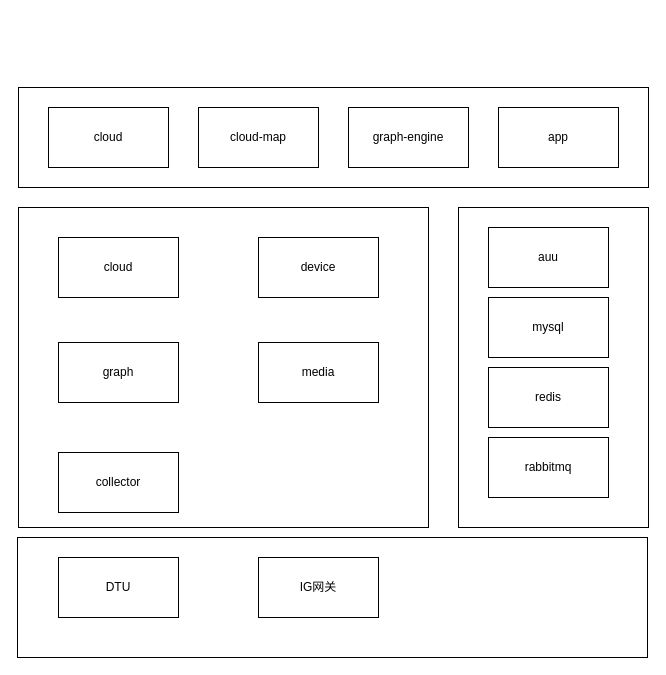
Above: Untitled Diagram.drawio in huhailong147/Test (draw.io), before the change. Source tidied: cells renumbered, new cells numbered last; positions are measured from the earlier drawing's top-left corner, leaving out a move shared by most shapes. Both pictures are drawn from the tidied source at 100%, with x=0, y=0 at pixel (17, 87).
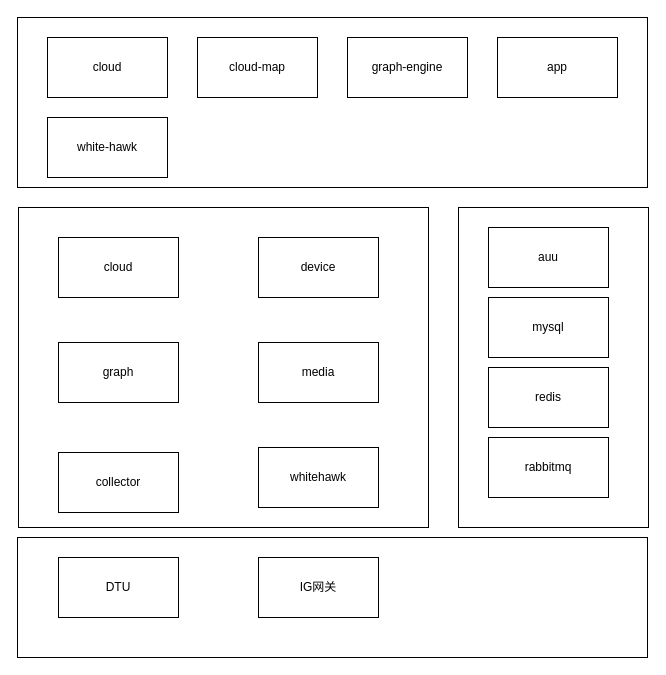
After the change.

Commit message:
能源平台架构图.drawio

Diff of the diagram source:
```diff
@@
     <mxCell id="3" style="rounded=0;whiteSpace=wrap;html=1;" parent="1" vertex="1">
-      <mxGeometry x="1" width="630" height="100" as="geometry" />
+      <mxGeometry y="-70" width="630" height="170" as="geometry" />
     </mxCell>
     <mxCell id="4" value="cloud" style="rounded=0;whiteSpace=wrap;html=1;" parent="1" vertex="1">
-      <mxGeometry x="31" y="20" width="120" height="60" as="geometry" />
+      <mxGeometry x="30" y="-50" width="120" height="60" as="geometry" />
     </mxCell>
     <mxCell id="5" value="cloud-map" style="rounded=0;whiteSpace=wrap;html=1;" parent="1" vertex="1">
-      <mxGeometry x="181" y="20" width="120" height="60" as="geometry" />
+      <mxGeometry x="180" y="-50" width="120" height="60" as="geometry" />
     </mxCell>
     <mxCell id="6" value="graph-engine" style="rounded=0;whiteSpace=wrap;html=1;" parent="1" vertex="1">
-      <mxGeometry x="331" y="20" width="120" height="60" as="geometry" />
+      <mxGeometry x="330" y="-50" width="120" height="60" as="geometry" />
     </mxCell>
     <mxCell id="7" value="app" style="rounded=0;whiteSpace=wrap;html=1;" parent="1" vertex="1">
-      <mxGeometry x="481" y="20" width="120" height="60" as="geometry" />
+      <mxGeometry x="480" y="-50" width="120" height="60" as="geometry" />
     </mxCell>
@@
+    <mxCell id="21" value="whitehawk" style="rounded=0;whiteSpace=wrap;html=1;" parent="1" vertex="1">
+      <mxGeometry x="241" y="360" width="120" height="60" as="geometry" />
+    </mxCell>
+    <mxCell id="22" value="white-hawk" style="rounded=0;whiteSpace=wrap;html=1;" parent="1" vertex="1">
+      <mxGeometry x="30" y="30" width="120" height="60" as="geometry" />
+    </mxCell>
```
